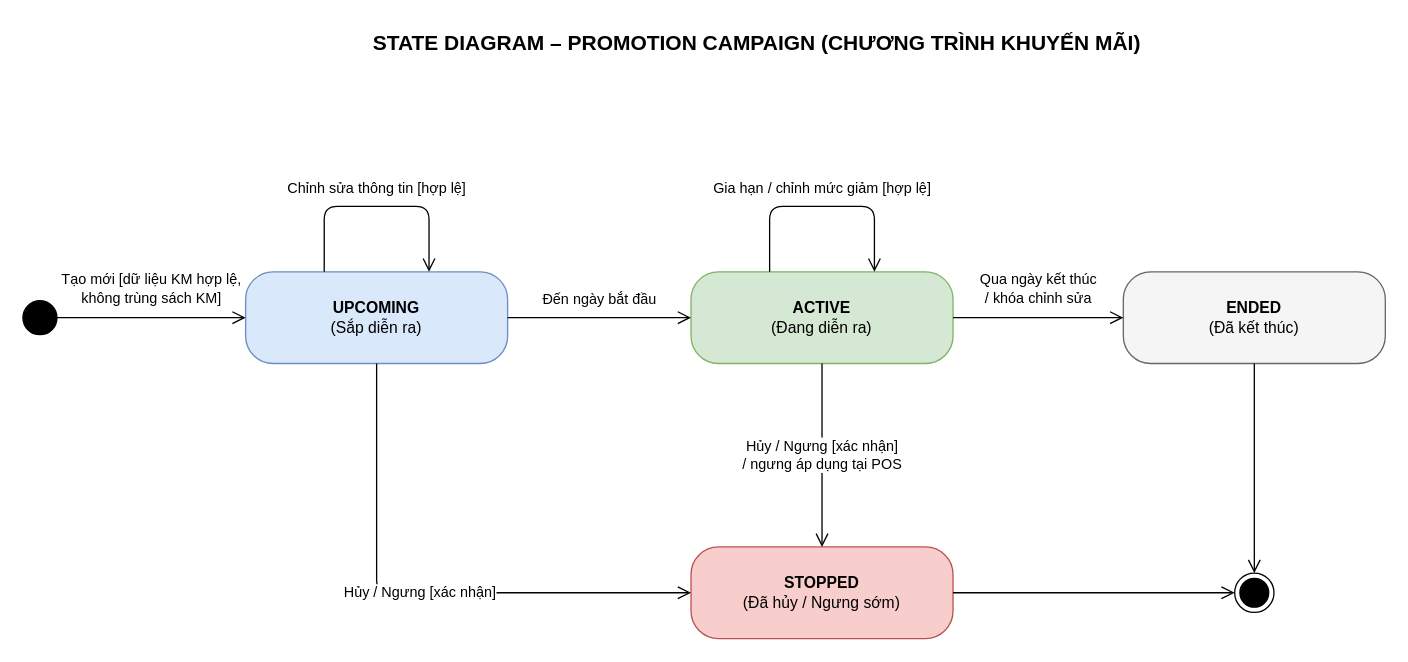
This is docs/diagrams/State diagram/state-promotion-campaign.drawio from chihai9-dev/quan-ly-nha-sach-ooad, a draw.io file, before an edit. Source tidied: cells renumbered, new cells numbered last; positions are measured from the earlier drawing's top-left corner, leaving out a move shared by most shapes. Both pictures are drawn from the tidied source at 131%, with x=0, y=0 at pixel (22, 22).
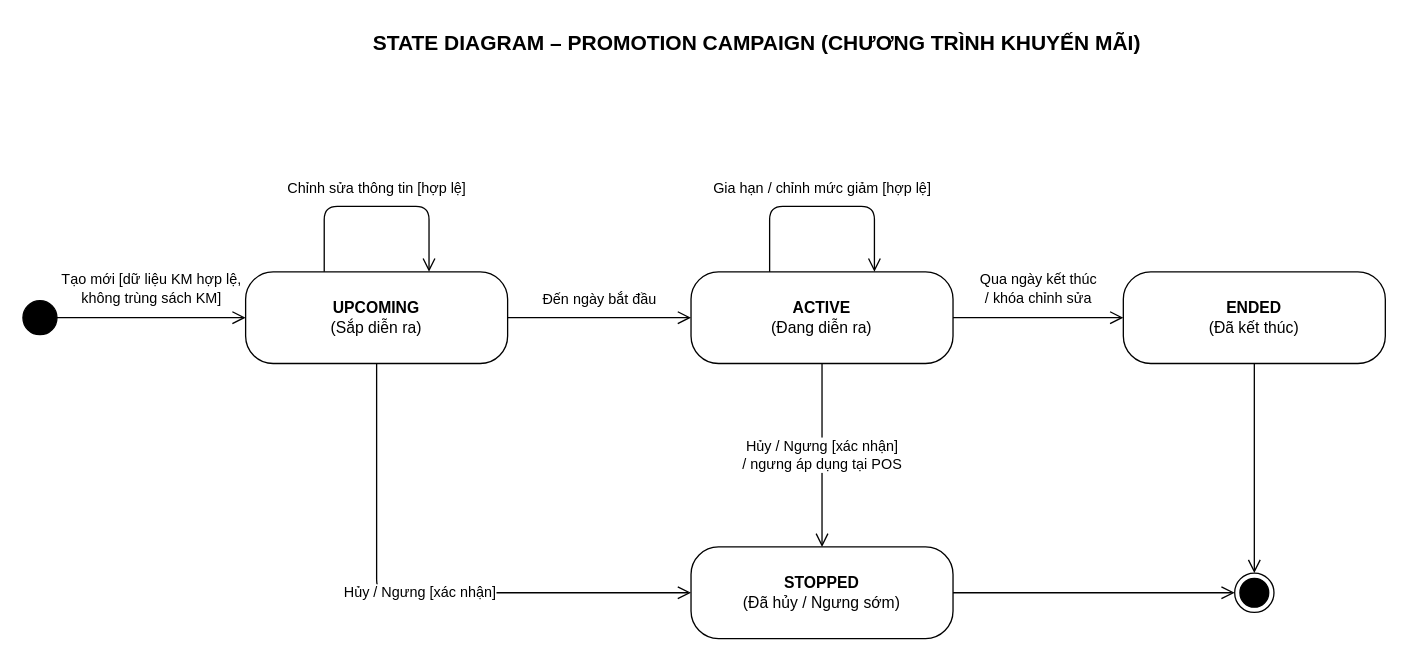
The same diagram, later.

Diff of the diagram source:
```diff
@@
-    <mxCell id="4" value="&lt;b&gt;UPCOMING&lt;/b&gt;&lt;br&gt;(Sắp diễn ra)" style="rounded=1;whiteSpace=wrap;html=1;arcSize=30;fillColor=#dae8fc;strokeColor=#6c8ebf;" parent="1" vertex="1">
+    <mxCell id="4" value="&lt;b&gt;UPCOMING&lt;/b&gt;&lt;br&gt;(Sắp diễn ra)" style="rounded=1;whiteSpace=wrap;html=1;arcSize=30;fillColor=#ffffff;strokeColor=#000000;" parent="1" vertex="1">
       <mxGeometry x="170" y="190" width="200" height="70" as="geometry" />
     </mxCell>
-    <mxCell id="5" value="&lt;b&gt;ACTIVE&lt;/b&gt;&lt;br&gt;(Đang diễn ra)" style="rounded=1;whiteSpace=wrap;html=1;arcSize=30;fillColor=#d5e8d4;strokeColor=#82b366;" parent="1" vertex="1">
+    <mxCell id="5" value="&lt;b&gt;ACTIVE&lt;/b&gt;&lt;br&gt;(Đang diễn ra)" style="rounded=1;whiteSpace=wrap;html=1;arcSize=30;fillColor=#ffffff;strokeColor=#000000;" parent="1" vertex="1">
       <mxGeometry x="510" y="190" width="200" height="70" as="geometry" />
     </mxCell>
-    <mxCell id="6" value="&lt;b&gt;ENDED&lt;/b&gt;&lt;br&gt;(Đã kết thúc)" style="rounded=1;whiteSpace=wrap;html=1;arcSize=30;fillColor=#f5f5f5;strokeColor=#666666;" parent="1" vertex="1">
+    <mxCell id="6" value="&lt;b&gt;ENDED&lt;/b&gt;&lt;br&gt;(Đã kết thúc)" style="rounded=1;whiteSpace=wrap;html=1;arcSize=30;fillColor=#ffffff;strokeColor=#000000;" parent="1" vertex="1">
       <mxGeometry x="840" y="190" width="200" height="70" as="geometry" />
     </mxCell>
-    <mxCell id="7" value="&lt;b&gt;STOPPED&lt;/b&gt;&lt;br&gt;(Đã hủy / Ngưng sớm)" style="rounded=1;whiteSpace=wrap;html=1;arcSize=30;fillColor=#f8cecc;strokeColor=#b85450;" parent="1" vertex="1">
+    <mxCell id="7" value="&lt;b&gt;STOPPED&lt;/b&gt;&lt;br&gt;(Đã hủy / Ngưng sớm)" style="rounded=1;whiteSpace=wrap;html=1;arcSize=30;fillColor=#ffffff;strokeColor=#000000;" parent="1" vertex="1">
       <mxGeometry x="510" y="400" width="200" height="70" as="geometry" />
     </mxCell>
```
